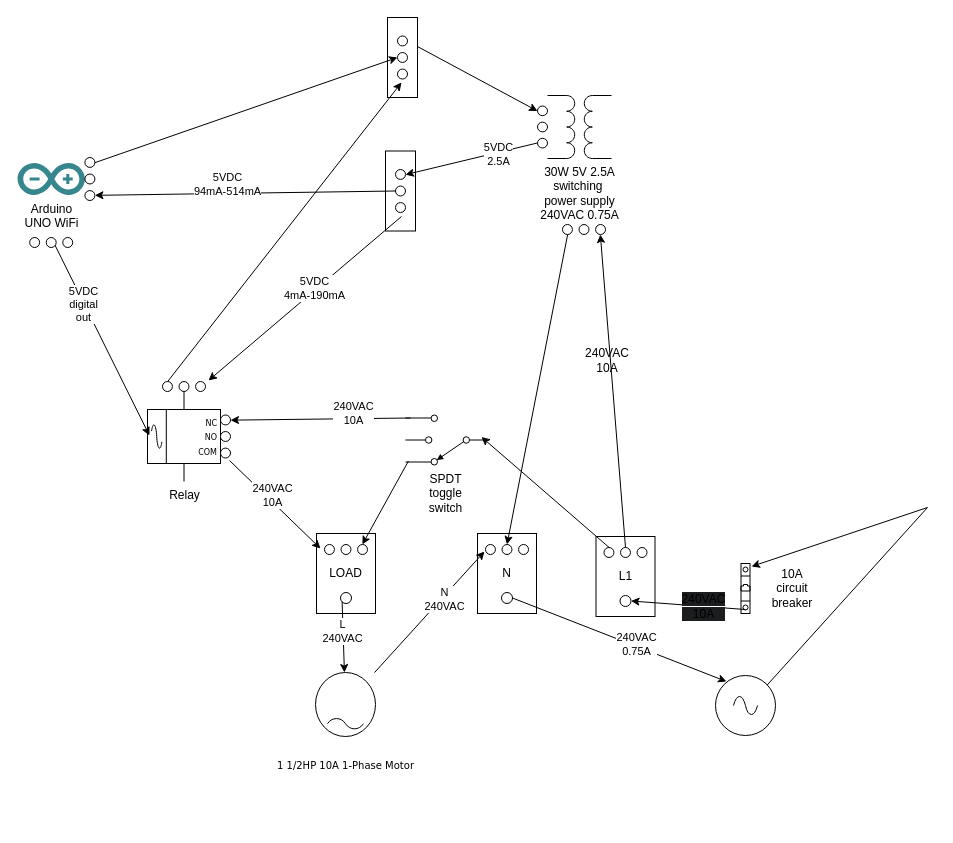
The draw.io diagram docs/design-drawings-electrical.drawio in SeaGuy/raindance, before the edit. Source tidied: cells renumbered, new cells numbered last; positions are measured from the earlier drawing's top-left corner, leaving out a move shared by most shapes. Both pictures are drawn from the tidied source at 100%, with x=0, y=0 at pixel (17, 17).
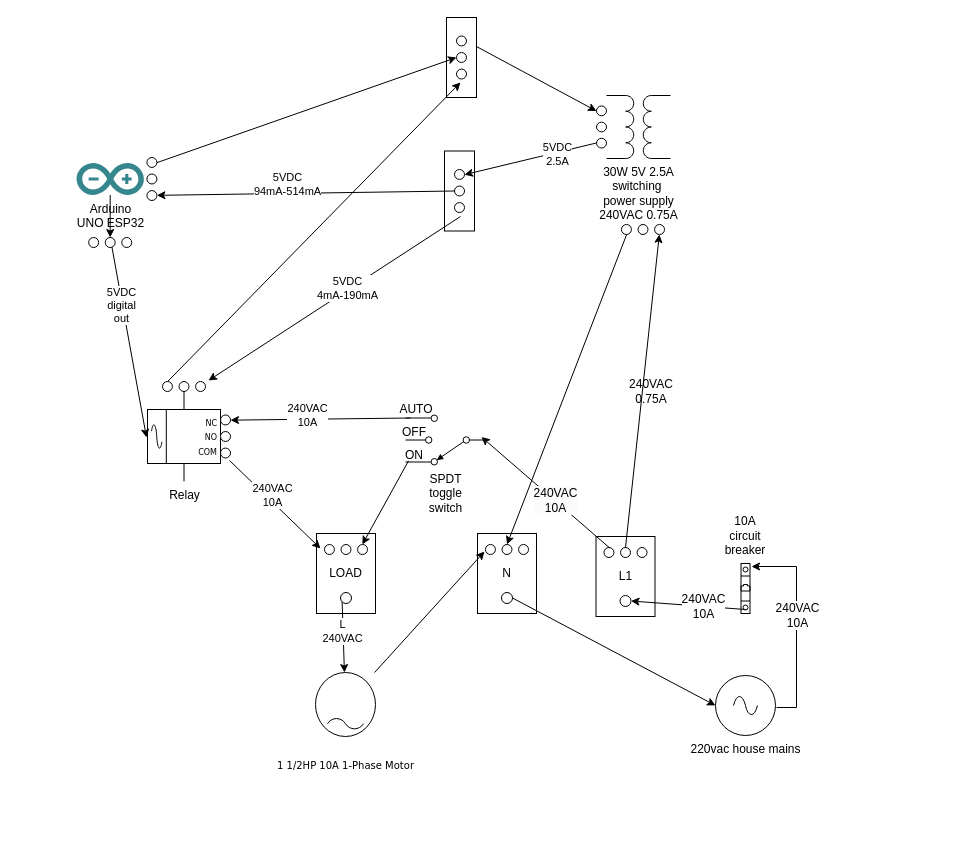
The same page after the edit.

Commit message (it also covers changes not shown here):
augmented README with images and diagram

The change refers to these unchanged cells:
```xml
<mxCell id="3" value="Relay" style="verticalLabelPosition=bottom;shadow=0;dashed=0;align=center;html=1;verticalAlign=top;shape=mxgraph.electrical.electro-mechanical.relay;" parent="1" vertex="1">
  <mxGeometry x="130" y="374" width="73" height="90" as="geometry" />
</mxCell>
<mxCell id="10" style="rounded=0;jettySize=auto;html=1;entryX=0.88;entryY=1;entryDx=0;entryDy=0;entryPerimeter=0;exitX=0.938;exitY=0.94;exitDx=0;exitDy=0;exitPerimeter=0;" parent="1" edge="1" source="2" target="7">
  <mxGeometry relative="1" as="geometry" />
</mxCell>
<mxCell id="25" style="endArrow=classic;html=1;rounded=0;exitX=0.88;exitY=1;exitDx=0;exitDy=0;exitPerimeter=0;entryX=0.05;entryY=0.56;entryDx=0;entryDy=0;entryPerimeter=0;" parent="1" edge="1" source="23" target="2">
  <mxGeometry relative="1" as="geometry" />
</mxCell>
<mxCell id="38" style="ellipse;whiteSpace=wrap;html=1;direction=north;" parent="36" vertex="1">
  <mxGeometry x="24" y="59" width="11" height="11" as="geometry" />
</mxCell>
<mxCell id="49" style="endArrow=classic;html=1;rounded=0;entryX=1.023;entryY=0.3;entryDx=0;entryDy=0;entryPerimeter=0;" parent="1" edge="1" source="5" target="39">
  <mxGeometry relative="1" as="geometry" />
</mxCell>
<mxCell id="57" style="verticalLabelPosition=bottom;dashed=0;shadow=0;html=1;align=center;verticalAlign=top;shape=mxgraph.cabinets.cb_1p;" parent="1" vertex="1">
  <mxGeometry x="723.5" y="546" width="9" height="50" as="geometry" />
</mxCell>
<mxCell id="58" style="endArrow=classic;html=1;rounded=0;exitX=0.5;exitY=0.92;exitDx=0;exitDy=0;exitPerimeter=0;entryX=0.5;entryY=1;entryDx=0;entryDy=0;" parent="1" edge="1" source="57" target="22">
  <mxGeometry relative="1" as="geometry" />
</mxCell>
```

The edit, as a diff of the source:
```diff
@@
-    <mxCell id="4" style="verticalLabelPosition=bottom;shadow=0;dashed=0;align=center;html=1;verticalAlign=top;shape=mxgraph.electrical.signal_sources.source;points=[[0,0.5,0,0,0],[0.5,0,0,0,0],[0.5,1,0,0,0],[0.86,0.16,0,0,0],[0.86,0.85,0,0,0],[1,0.5,0,0,0]];elSignalType=ac;" parent="1" vertex="1">
+    <mxCell id="4" value="220vac house mains" style="verticalLabelPosition=bottom;shadow=0;dashed=0;align=center;html=1;verticalAlign=top;shape=mxgraph.electrical.signal_sources.source;points=[[0,0.5,0,0,0],[0.5,0,0,0,0],[0.5,1,0,0,0],[0.86,0.16,0,0,0],[0.86,0.85,0,0,0],[1,0.5,0,0,0]];elSignalType=ac;" parent="1" vertex="1">
       <mxGeometry x="698" y="658" width="60" height="60" as="geometry" />
     </mxCell>
@@
+    <mxCell id="65" style="edgeStyle=orthogonalEdgeStyle;rounded=0;jettySize=auto;html=1;" parent="1" edge="1" source="6" target="48">
+      <mxGeometry relative="1" as="geometry" />
+    </mxCell>
-    <mxCell id="6" value="Arduino&lt;div&gt;UNO WiFi&lt;/div&gt;" style="dashed=0;outlineConnect=0;html=1;align=center;labelPosition=center;verticalLabelPosition=bottom;verticalAlign=top;shape=mxgraph.weblogos.arduino;fillColor=#36868D;strokeColor=none;" parent="1" vertex="1">
-      <mxGeometry y="145.5" width="67.4" height="32" as="geometry" />
+    <mxCell id="6" value="Arduino&lt;div&gt;UNO ESP32&lt;/div&gt;" style="dashed=0;outlineConnect=0;html=1;align=center;labelPosition=center;verticalLabelPosition=bottom;verticalAlign=top;shape=mxgraph.weblogos.arduino;fillColor=#36868D;strokeColor=none;" parent="1" vertex="1">
+      <mxGeometry x="59" y="145.5" width="67.4" height="32" as="geometry" />
     </mxCell>
@@
-    <mxCell id="8" style="rounded=0;jettySize=auto;html=1;entryX=0.027;entryY=0.489;entryDx=0;entryDy=0;entryPerimeter=0;exitX=0.5;exitY=1;exitDx=0;exitDy=0;exitPerimeter=0;" parent="1" edge="1" source="48" target="3">
-      <mxGeometry relative="1" as="geometry" />
+    <mxCell id="8" style="rounded=0;jettySize=auto;html=1;exitX=0.5;exitY=1;exitDx=0;exitDy=0;exitPerimeter=0;" parent="1" edge="1" source="48">
+      <mxGeometry relative="1" as="geometry">
+        <mxPoint x="129" y="420" as="targetPoint" />
+      </mxGeometry>
     </mxCell>
@@
     <mxCell id="11" value="240VAC&lt;div&gt;10A&lt;/div&gt;" style="edgeLabel;html=1;align=center;verticalAlign=middle;" parent="10" vertex="1">
       <mxGeometry x="-0.19" y="-1" relative="1" as="geometry">
-        <mxPoint x="16" y="-5" as="offset" />
+        <mxPoint x="-30" y="-3" as="offset" />
       </mxGeometry>
     </mxCell>
@@
     <mxCell id="14" style="verticalLabelPosition=bottom;shadow=0;dashed=0;align=center;html=1;verticalAlign=top;shape=mxgraph.electrical.transmission.terminal_3_phase;direction=south;" parent="1" vertex="1">
-      <mxGeometry x="67.4" y="140" width="10" height="43" as="geometry" />
+      <mxGeometry x="129.4" y="140" width="10" height="43" as="geometry" />
     </mxCell>
     <mxCell id="15" style="group;" parent="1" vertex="1">
-      <mxGeometry x="368" y="133.5" width="30" height="80" as="geometry" />
+      <mxGeometry x="427" y="133.5" width="30" height="80" as="geometry" />
     </mxCell>
@@
     <mxCell id="17" style="group;" parent="1" vertex="1">
-      <mxGeometry x="370" width="30" height="80" as="geometry" />
+      <mxGeometry x="429" width="30" height="80" as="geometry" />
     </mxCell>
@@
-    <mxCell id="24" style="endArrow=classic;html=1;rounded=0;exitX=0.86;exitY=0.16;exitDx=0;exitDy=0;exitPerimeter=0;entryX=1.167;entryY=0.06;entryDx=0;entryDy=0;entryPerimeter=0;" parent="1" edge="1" source="4" target="57">
+    <mxCell id="24" style="endArrow=classic;html=1;rounded=0;entryX=1.167;entryY=0.06;entryDx=0;entryDy=0;entryPerimeter=0;strokeColor=default;edgeStyle=orthogonalEdgeStyle;elbow=vertical;" parent="1" edge="1" target="57">
       <mxGeometry relative="1" as="geometry">
+        <mxPoint x="759" y="690" as="sourcePoint" />
         <Array as="points">
-          <mxPoint x="910" y="490" />
+          <mxPoint x="779" y="690" />
+          <mxPoint x="779" y="549" />
         </Array>
       </mxGeometry>
     </mxCell>
+    <mxCell id="66" value="&lt;span style=&quot;text-wrap: wrap; font-size: 12px;&quot;&gt;240VAC&lt;/span&gt;&lt;div style=&quot;text-wrap: wrap; font-size: 12px;&quot;&gt;10A&lt;/div&gt;" style="edgeLabel;html=1;align=center;verticalAlign=middle;" parent="24" vertex="1">
+      <mxGeometry x="0.1" relative="1" as="geometry" />
+    </mxCell>
@@
+    <mxCell id="67" value="&lt;span style=&quot;font-size: 12px; text-wrap-mode: wrap; background-color: rgb(251, 251, 251);&quot;&gt;240VAC&lt;/span&gt;&lt;div style=&quot;font-size: 12px; text-wrap-mode: wrap; background-color: rgb(251, 251, 251);&quot;&gt;10A&lt;/div&gt;" style="edgeLabel;html=1;align=center;verticalAlign=middle;" parent="25" vertex="1">
+      <mxGeometry x="-0.14" y="-1" relative="1" as="geometry">
+        <mxPoint y="1" as="offset" />
+      </mxGeometry>
+    </mxCell>
@@
-    <mxCell id="40" value="240VAC&lt;div&gt;0.75A&lt;/div&gt;" style="rounded=0;jettySize=auto;html=1;entryX=0.183;entryY=0.1;entryDx=0;entryDy=0;entryPerimeter=0;exitX=0.5;exitY=1;exitDx=0;exitDy=0;" parent="1" edge="1" source="38" target="4">
-      <mxGeometry x="0.15" y="2" relative="1" as="geometry" />
+    <mxCell id="40" style="rounded=0;jettySize=auto;html=1;entryX=0;entryY=0.5;entryDx=0;entryDy=0;entryPerimeter=0;exitX=0.5;exitY=1;exitDx=0;exitDy=0;" parent="1" edge="1" source="38" target="4">
+      <mxGeometry x="0.2" y="5" relative="1" as="geometry">
+        <mxPoint x="1" as="offset" />
+      </mxGeometry>
     </mxCell>
     <mxCell id="41" style="verticalLabelPosition=bottom;shadow=0;dashed=0;align=center;html=1;verticalAlign=top;shape=mxgraph.electrical.transmission.terminal_3_phase;direction=north;" parent="1" vertex="1">
-      <mxGeometry x="378" y="152" width="10" height="43" as="geometry" />
+      <mxGeometry x="437" y="152" width="10" height="43" as="geometry" />
     </mxCell>
     <mxCell id="42" style="edgeStyle=orthogonalEdgeStyle;rounded=0;orthogonalLoop=1;jettySize=auto;html=1;exitX=1;exitY=0.5;exitDx=0;exitDy=0;exitPerimeter=0;" parent="1" edge="1">
       <mxGeometry relative="1" as="geometry">
-        <mxPoint x="383" y="212" as="sourcePoint" />
-        <mxPoint x="383" y="212" as="targetPoint" />
+        <mxPoint x="442" y="212" as="sourcePoint" />
+        <mxPoint x="442" y="212" as="targetPoint" />
       </mxGeometry>
     </mxCell>
@@
     <mxCell id="48" style="verticalLabelPosition=bottom;shadow=0;dashed=0;align=center;html=1;verticalAlign=top;shape=mxgraph.electrical.transmission.terminal_3_phase;direction=west;" parent="1" vertex="1">
-      <mxGeometry x="12.2" y="220" width="43" height="10" as="geometry" />
+      <mxGeometry x="71.2" y="220" width="43" height="10" as="geometry" />
     </mxCell>
@@
-    <mxCell id="50" value="N&lt;div&gt;240VAC&lt;/div&gt;" style="edgeLabel;html=1;align=center;verticalAlign=middle;" parent="49" vertex="1">
-      <mxGeometry x="0.23" y="-2" relative="1" as="geometry" />
-    </mxCell>
@@
-    <mxCell id="55" value="240VAC&lt;div&gt;10A&lt;/div&gt;" style="text;html=1;align=center;verticalAlign=middle;whiteSpace=wrap;rounded=0;" parent="1" vertex="1">
-      <mxGeometry x="560" y="328" width="60" height="30" as="geometry" />
+    <mxCell id="55" value="240VAC&lt;div&gt;0.75A&lt;/div&gt;" style="text;html=1;align=center;verticalAlign=middle;whiteSpace=wrap;rounded=0;" parent="1" vertex="1">
+      <mxGeometry x="604" y="359" width="60" height="30" as="geometry" />
     </mxCell>
@@
-    <mxCell id="59" value="&lt;span style=&quot;font-size: 12px; text-wrap: wrap; background-color: rgb(27, 29, 30);&quot;&gt;240VAC&lt;/span&gt;&lt;div style=&quot;font-size: 12px; text-wrap: wrap; background-color: rgb(27, 29, 30);&quot;&gt;10A&lt;/div&gt;" style="edgeLabel;html=1;align=center;verticalAlign=middle;" parent="58" vertex="1">
+    <mxCell id="59" value="&lt;span style=&quot;font-size: 12px; text-wrap: wrap;&quot;&gt;240VAC&lt;/span&gt;&lt;div style=&quot;font-size: 12px; text-wrap: wrap;&quot;&gt;&lt;span&gt;10A&lt;/span&gt;&lt;/div&gt;" style="edgeLabel;html=1;align=center;verticalAlign=middle;" parent="58" vertex="1">
       <mxGeometry x="-0.25" relative="1" as="geometry" />
     </mxCell>
-    <mxCell id="60" value="&lt;div&gt;10A&lt;/div&gt;&lt;div&gt;circuit&lt;/div&gt;&lt;div&gt;breaker&lt;/div&gt;" style="text;html=1;align=center;verticalAlign=middle;whiteSpace=wrap;rounded=0;" parent="1" vertex="1">
-      <mxGeometry x="745" y="556" width="60" height="30" as="geometry" />
+    <mxCell id="60" value="&lt;div&gt;&lt;br&gt;&lt;/div&gt;&lt;div&gt;&lt;br&gt;&lt;/div&gt;&lt;div&gt;10A&lt;/div&gt;&lt;div&gt;circuit&lt;/div&gt;&lt;div&gt;breaker&lt;/div&gt;" style="text;html=1;align=center;verticalAlign=middle;whiteSpace=wrap;rounded=0;" parent="1" vertex="1">
+      <mxGeometry x="698" y="489" width="60" height="30" as="geometry" />
     </mxCell>
     <mxCell id="61" style="group;" parent="1" vertex="1">
-      <mxGeometry x="520" y="78" width="74" height="139" as="geometry" />
+      <mxGeometry x="579" y="78" width="74" height="139" as="geometry" />
     </mxCell>
@@
+    <mxCell id="68" value="AUTO" style="text;strokeColor=none;align=center;fillColor=none;html=1;verticalAlign=middle;whiteSpace=wrap;rounded=0;" parent="1" vertex="1">
+      <mxGeometry x="369" y="377" width="60" height="30" as="geometry" />
+    </mxCell>
+    <mxCell id="69" value="OFF" style="text;strokeColor=none;align=center;fillColor=none;html=1;verticalAlign=middle;whiteSpace=wrap;rounded=0;" parent="1" vertex="1">
+      <mxGeometry x="367" y="399.5" width="60" height="30" as="geometry" />
+    </mxCell>
+    <mxCell id="70" value="ON" style="text;strokeColor=none;align=center;fillColor=none;html=1;verticalAlign=middle;whiteSpace=wrap;rounded=0;" parent="1" vertex="1">
+      <mxGeometry x="367" y="423" width="60" height="30" as="geometry" />
+    </mxCell>
```
